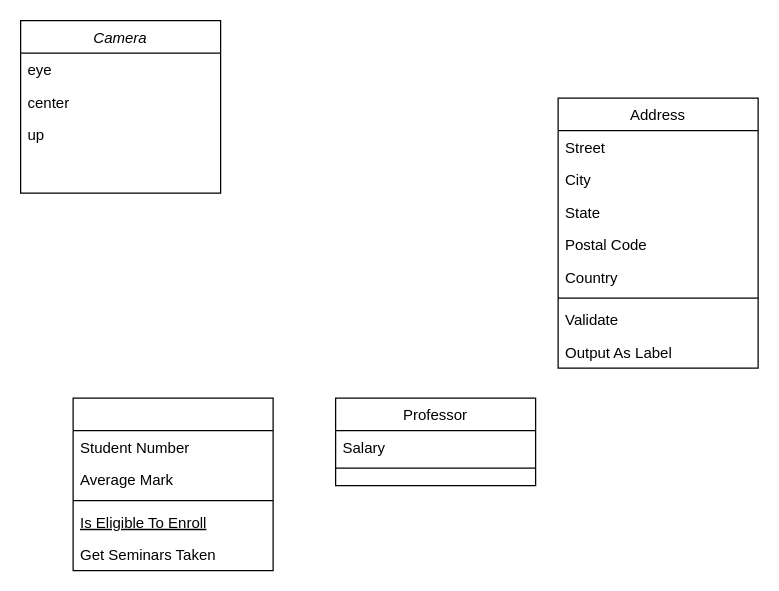
Before: Drawio/ClassDiagram.drawio in GermanGebel/GlobalRender, a draw.io diagram. Source tidied: cells renumbered, new cells numbered last; positions are measured from the earlier drawing's top-left corner, leaving out a move shared by most shapes. Both pictures are drawn from the tidied source at 125%, with x=0, y=0 at pixel (20, 20).
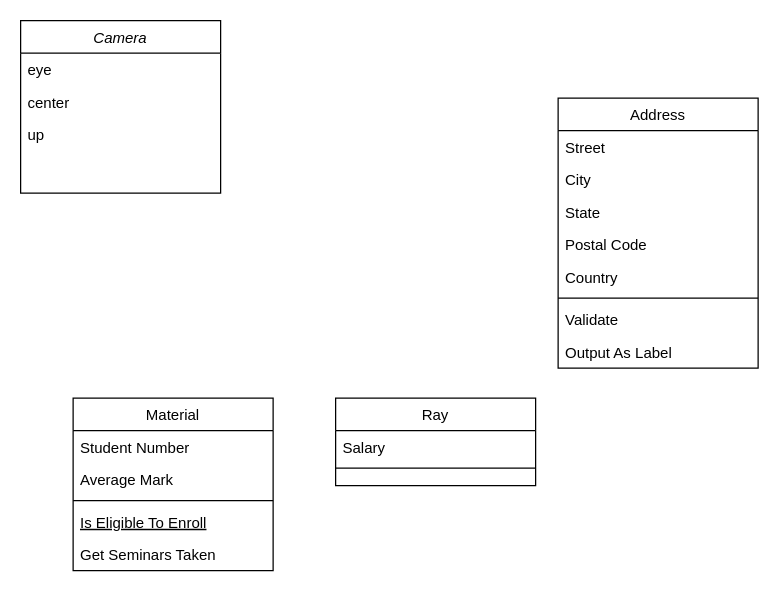
The same page after the edit.

What changed in the source:
```diff
@@
-    <mxCell id="6" style="swimlane;fontStyle=0;align=center;verticalAlign=top;horizontal=1;startSize=26;rounded=0;shadow=0;strokeWidth=1;" parent="1" vertex="1">
+    <mxCell id="6" value="Material" style="swimlane;fontStyle=0;align=center;verticalAlign=top;horizontal=1;startSize=26;rounded=0;shadow=0;strokeWidth=1;" parent="1" vertex="1">
       <mxGeometry x="42" y="302" width="160" height="138" as="geometry" />
     </mxCell>
@@
-    <mxCell id="12" value="Professor" style="swimlane;fontStyle=0;align=center;verticalAlign=top;horizontal=1;startSize=26;rounded=0;shadow=0;strokeWidth=1;" parent="1" vertex="1">
+    <mxCell id="12" value="Ray" style="swimlane;fontStyle=0;align=center;verticalAlign=top;horizontal=1;startSize=26;rounded=0;shadow=0;strokeWidth=1;" parent="1" vertex="1">
       <mxGeometry x="252" y="302" width="160" height="70" as="geometry" />
     </mxCell>
```
